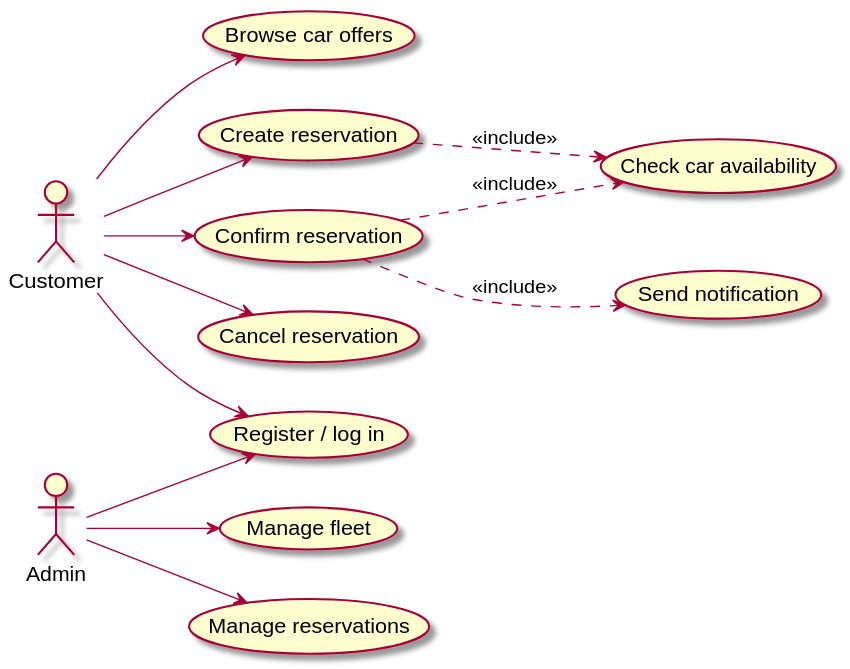
The PlantUML diagram docs/diagrams/use-case.svg in DavidMagyarics/CarRentalVSB, before a commit.
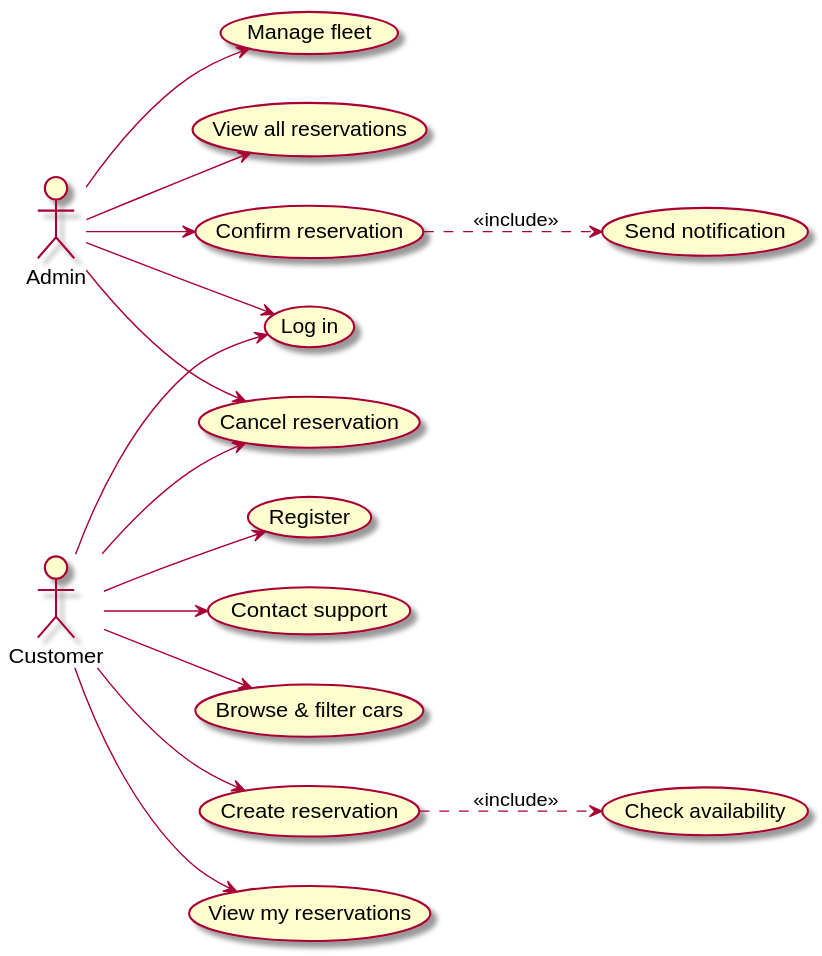
The same diagram one commit later.

Change to the diagram source:
```diff
@@ -5,27 +5,33 @@
 actor "Customer" as Customer
 actor "Admin" as Admin
 
-usecase "Browse car offers" as UC1
-usecase "Create reservation" as UC2
-usecase "Confirm reservation" as UC3
-usecase "Cancel reservation" as UC8
-usecase "Register / log in" as UC4
-usecase "Manage fleet" as UC5
-usecase "Manage reservations" as UC6
-usecase "Check car availability" as UC7
-usecase "Send notification" as UC9
+usecase "Register" as UC1
+usecase "Log in" as UC2
+usecase "Browse & filter cars" as UC3
+usecase "Create reservation" as UC4
+usecase "Check availability" as UC4a
+usecase "Cancel reservation" as UC5
+usecase "View my reservations" as UC6
+usecase "Contact support" as UC7
+usecase "Confirm reservation" as UC8
+usecase "Send notification" as UC8a
+usecase "Manage fleet" as UC9
+usecase "View all reservations" as UC10
 
 Customer --> UC1
 Customer --> UC2
 Customer --> UC3
-Customer --> UC8
 Customer --> UC4
+Customer --> UC5
+Customer --> UC6
+Customer --> UC7
 
+Admin --> UC2
 Admin --> UC5
-Admin --> UC6
-Admin --> UC4
+Admin --> UC8
+Admin --> UC9
+Admin --> UC10
 
-UC2 ..> UC7 : <<include>>
-UC3 ..> UC7 : <<include>>
-UC3 ..> UC9 : <<include>>
+UC4 ..> UC4a : <<include>>
+UC8 ..> UC8a : <<include>>
 @enduml
```
